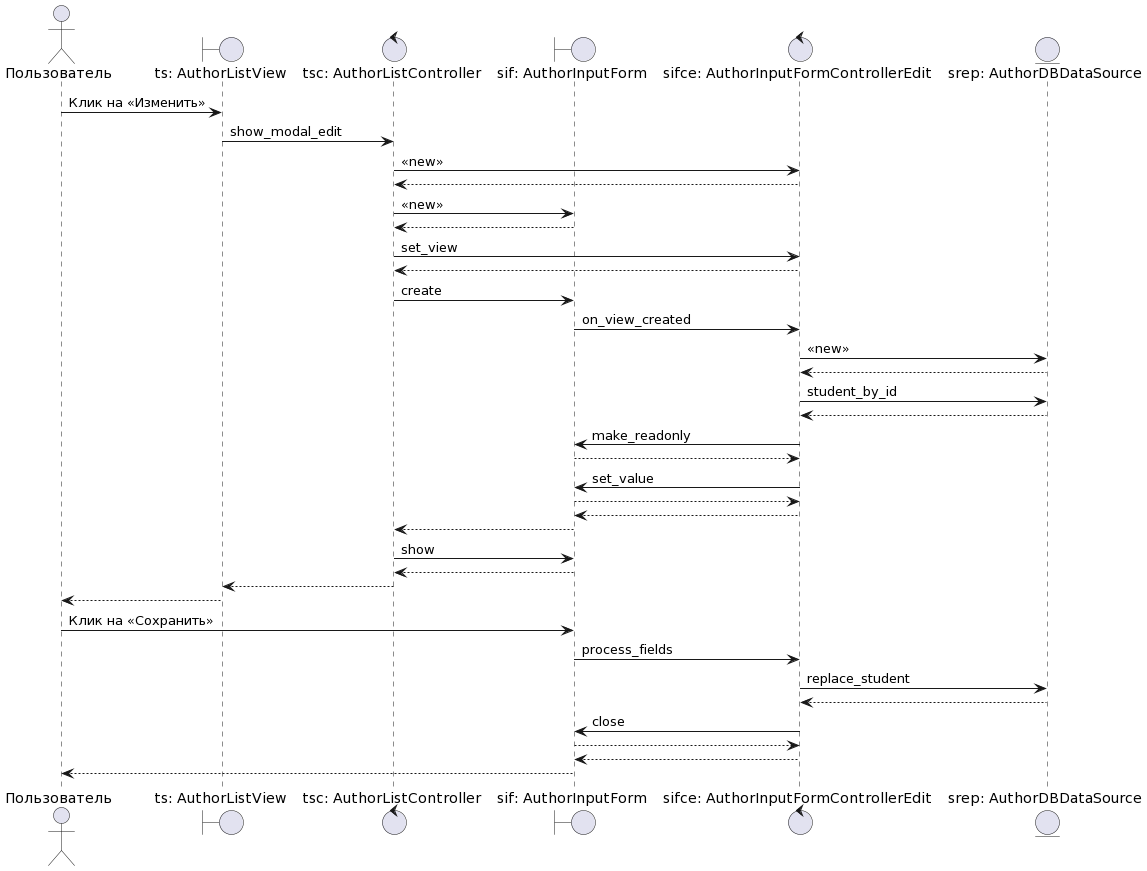
StarProxima/library_system keeps this PlantUML diagram as diagrams/edit_author.png. Above is the earlier version. Its source is kept beside it as diagrams/edit_author.puml.
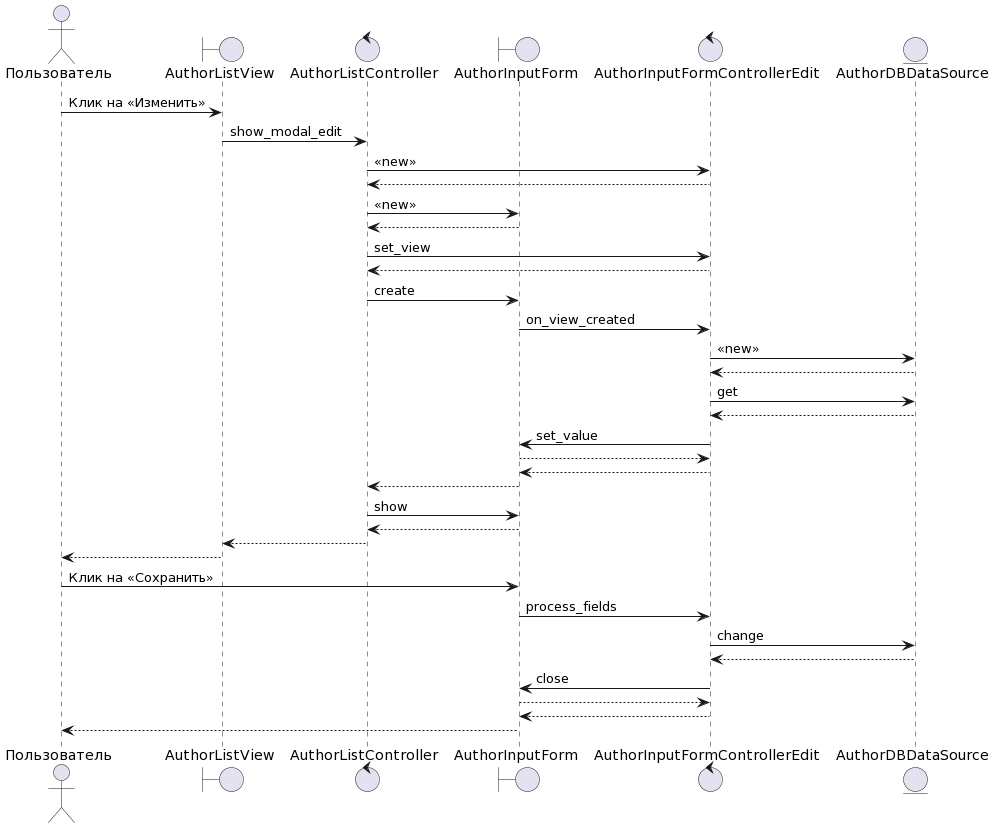
After the change.

Diff of the diagram source:
```diff
@@ -1,11 +1,11 @@
 @startuml
 
 actor       Пользователь                        as user
-boundary    "ts: AuthorListView"                   as ts
-control     "tsс: AuthorListController"        as tsc
-boundary    "sif: AuthorInputForm"             as sif
-control     "sifce: AuthorInputFormControllerEdit"  as sifce
-entity      "srep: AuthorDBDataSource"           as srep
+boundary    "AuthorListView"                   as ts
+control     "AuthorListController"        as tsc
+boundary    "AuthorInputForm"             as sif
+control     "AuthorInputFormControllerEdit"  as sifce
+entity      "AuthorDBDataSource"           as srep
 
 user -> ts : Клик на <<Изменить>>
 ts -> tsc : show_modal_edit
@@ -19,10 +19,8 @@
 sif -> sifce : on_view_created
 sifce -> srep : <<new>>
 srep --> sifce
-sifce -> srep : student_by_id
+sifce -> srep : get
 srep --> sifce
-sifce -> sif : make_readonly
-sif --> sifce
 sifce -> sif : set_value
 sif --> sifce
 sifce --> sif
@@ -34,13 +32,11 @@
 
 user -> sif : Клик на <<Сохранить>>
 sif -> sifce : process_fields
-sifce -> srep : replace_student
+sifce -> srep : change
 srep --> sifce
 sifce -> sif : close
 sif --> sifce
 sifce --> sif
 sif --> user
 
-
-
 @enduml
```
